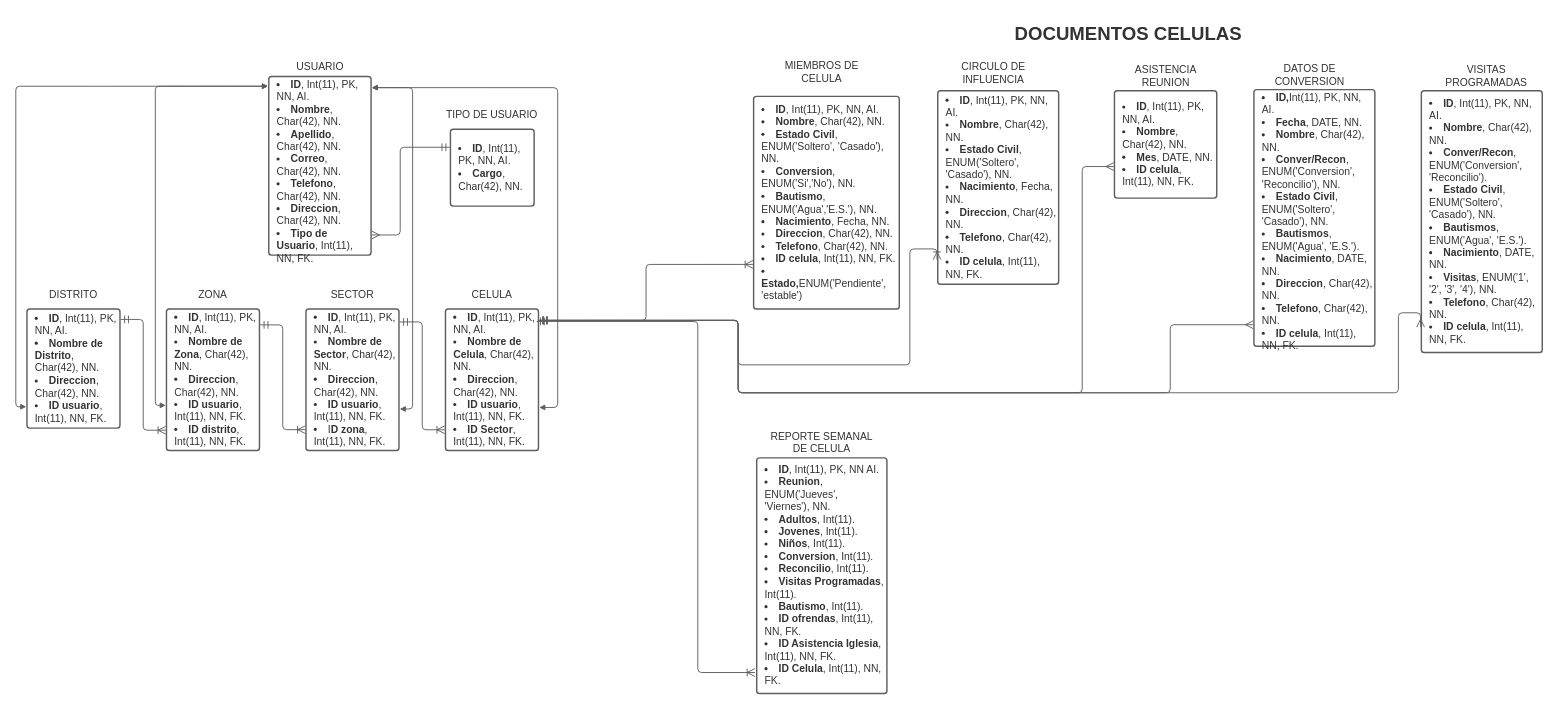
The draw.io diagram page "entidad-relacion" (1 of 2) of Diagrama 1.drawio in KJCarvajal/la-cosecha, before the edit. Source tidied: cells renumbered, new cells numbered last; positions are measured from the earlier drawing's top-left corner, leaving out a move shared by most shapes. Both pictures are drawn from the tidied source at 62%, with x=0, y=0 at pixel (16, 11).
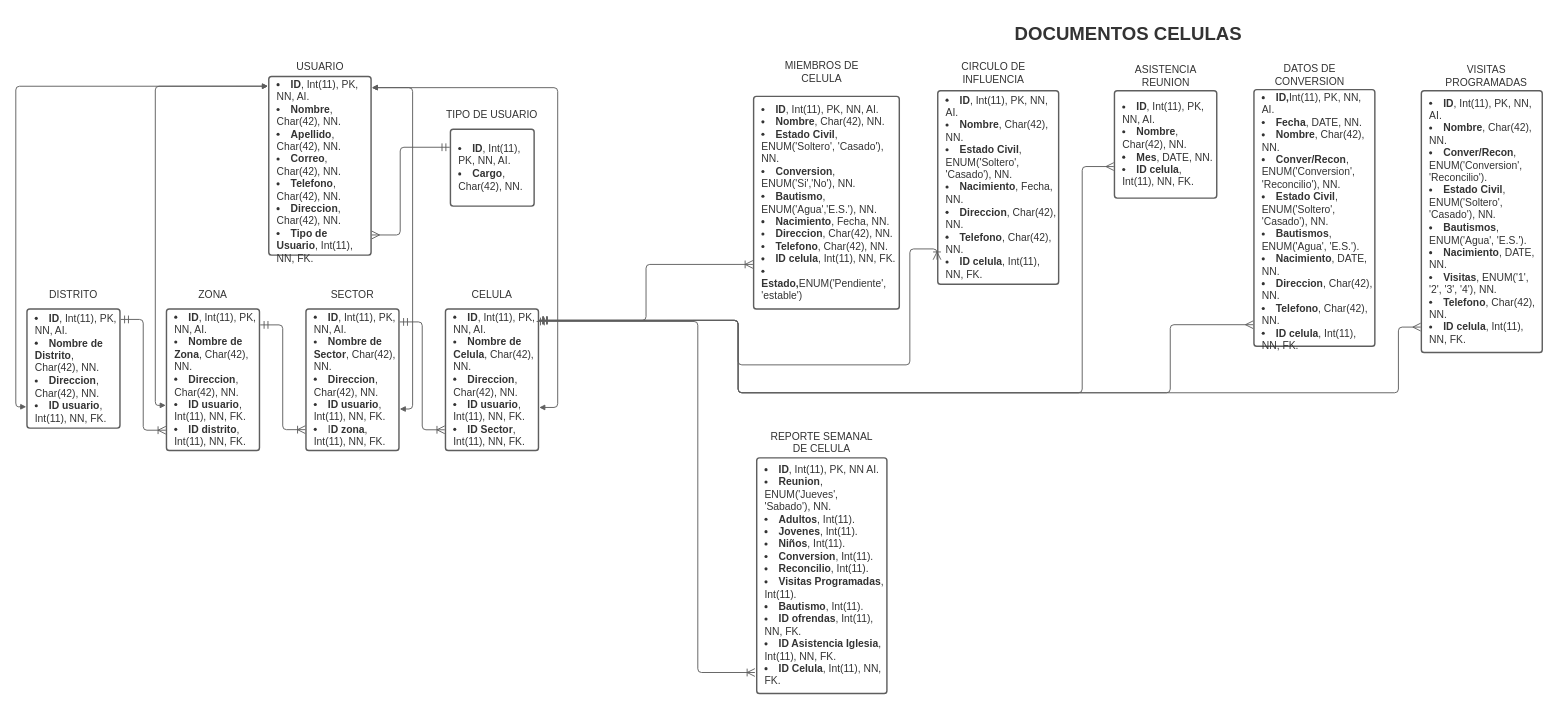
The same diagram, later.

The change refers to these unchanged cells:
```xml
<mxCell id="13" value="&lt;ul style=&quot;margin: 0px; padding-left: 10px;list-style-position: inside; list-style-type:disc&quot;&gt;&lt;li style=&quot;text-align:left;color:#333333;font-size:16.7px;&quot;&gt;&lt;span style=&quot;margin-left: 0px;margin-top: -2px;&quot;&gt;&lt;span style=&quot;font-size:16.7px;color:#333333;font-weight: bold;&quot;&gt;ID&lt;/span&gt;&lt;span style=&quot;font-size:16.7px;color:#333333;&quot;&gt;, Int(11), PK, NN, AI.&lt;/span&gt;&lt;/span&gt;&lt;/li&gt;&lt;li style=&quot;text-align:left;color:#333333;font-size:16.7px;&quot;&gt;&lt;span style=&quot;margin-left: 0px;margin-top: -2px;&quot;&gt;&lt;span style=&quot;font-size:16.7px;color:#333333;&quot;&gt;&lt;span style=&quot;font-size:16.7px;color:#333333;font-weight: bold;&quot;&gt;Nombre de Celula&lt;/span&gt;, Char(42), NN.&lt;/span&gt;&lt;/span&gt;&lt;/li&gt;&lt;li style=&quot;text-align:left;color:#333333;font-size:16.7px;&quot;&gt;&lt;span style=&quot;margin-left: 0px;margin-top: -2px;&quot;&gt;&lt;span style=&quot;font-size:16.7px;color:#333333;&quot;&gt;&lt;span style=&quot;font-size:16.7px;color:#333333;font-weight: bold;&quot;&gt;Direccion&lt;/span&gt;, Char(42), NN.&lt;/span&gt;&lt;/span&gt;&lt;/li&gt;&lt;li style=&quot;text-align:left;color:#333333;font-size:16.7px;&quot;&gt;&lt;span style=&quot;margin-left: 0px;margin-top: -2px;&quot;&gt;&lt;span style=&quot;font-size:16.7px;color:#333333;&quot;&gt;&lt;span style=&quot;font-size:16.7px;color:#333333;font-weight: bold;&quot;&gt;ID usuario&lt;/span&gt;, Int(11), NN, FK.&lt;/span&gt;&lt;/span&gt;&lt;/li&gt;&lt;li style=&quot;text-align:left;color:#333333;font-size:16.7px;&quot;&gt;&lt;span style=&quot;margin-left: 0px;margin-top: -2px;&quot;&gt;&lt;span style=&quot;font-size:16.7px;color:#333333;&quot;&gt;&lt;span style=&quot;font-size:16.7px;color:#333333;font-weight: bold;&quot;&gt;ID Sector&lt;/span&gt;, Int(11), NN, FK.&lt;/span&gt;&lt;/span&gt;&lt;/li&gt;&lt;/ul&gt;" style="html=1;overflow=block;blockSpacing=1;whiteSpace=wrap;fontSize=13;spacing=3.8;strokeColor=#5e5e5e;strokeOpacity=100;rounded=1;absoluteArcSize=1;arcSize=9;strokeWidth=2.3;" parent="1" vertex="1">
  <mxGeometry x="693" y="480" width="150" height="228" as="geometry" />
</mxCell>
<mxCell id="35" value="&lt;ul style=&quot;margin: 0px; padding-left: 10px;list-style-position: inside; list-style-type:disc&quot;&gt;&lt;li style=&quot;text-align:left;color:#333333;font-size:16.7px;&quot;&gt;&lt;span style=&quot;margin-left: 0px;margin-top: -2px;&quot;&gt;&lt;span style=&quot;font-size:16.7px;color:#333333;font-weight: bold;&quot;&gt;ID&lt;/span&gt;&lt;span style=&quot;font-size:16.7px;color:#333333;&quot;&gt;, Int(11), PK, NN, AI.&lt;/span&gt;&lt;/span&gt;&lt;/li&gt;&lt;li style=&quot;text-align:left;color:#333333;font-size:16.7px;&quot;&gt;&lt;span style=&quot;margin-left: 0px;margin-top: -2px;&quot;&gt;&lt;span style=&quot;font-size:16.7px;color:#333333;&quot;&gt;&lt;span style=&quot;font-size:16.7px;color:#333333;font-weight: bold;&quot;&gt;Nombre&lt;/span&gt;, Char(42), NN.&lt;/span&gt;&lt;/span&gt;&lt;/li&gt;&lt;li style=&quot;text-align:left;color:#333333;font-size:16.7px;&quot;&gt;&lt;span style=&quot;margin-left: 0px;margin-top: -2px;&quot;&gt;&lt;span style=&quot;font-size:16.7px;color:#333333;&quot;&gt;&lt;span style=&quot;font-size:16.7px;color:#333333;font-weight: bold;&quot;&gt;Conver/Recon&lt;/span&gt;, ENUM('Conversion', 'Reconcilio').&lt;/span&gt;&lt;/span&gt;&lt;/li&gt;&lt;li style=&quot;text-align:left;color:#333333;font-size:16.7px;&quot;&gt;&lt;span style=&quot;margin-left: 0px;margin-top: -2px;&quot;&gt;&lt;span style=&quot;font-size:16.7px;color:#333333;&quot;&gt;&lt;span style=&quot;font-size:16.7px;color:#333333;font-weight: bold;&quot;&gt;Estado Civil&lt;/span&gt;, ENUM('Soltero', 'Casado'), NN.&lt;/span&gt;&lt;/span&gt;&lt;/li&gt;&lt;li style=&quot;text-align:left;color:#333333;font-size:16.7px;&quot;&gt;&lt;span style=&quot;margin-left: 0px;margin-top: -2px;&quot;&gt;&lt;span style=&quot;font-size:16.7px;color:#333333;&quot;&gt;&lt;span style=&quot;font-size:16.7px;color:#333333;font-weight: bold;&quot;&gt;Bautismos&lt;/span&gt;, ENUM('Agua', 'E.S.').&lt;/span&gt;&lt;/span&gt;&lt;/li&gt;&lt;li style=&quot;text-align:left;color:#333333;font-size:16.7px;&quot;&gt;&lt;span style=&quot;margin-left: 0px;margin-top: -2px;&quot;&gt;&lt;span style=&quot;font-size:16.7px;color:#333333;&quot;&gt;&lt;span style=&quot;font-size:16.7px;color:#333333;font-weight: bold;&quot;&gt;Nacimiento&lt;/span&gt;, DATE, NN.&lt;/span&gt;&lt;/span&gt;&lt;/li&gt;&lt;li style=&quot;text-align:left;color:#333333;font-size:16.7px;&quot;&gt;&lt;span style=&quot;margin-left: 0px;margin-top: -2px;&quot;&gt;&lt;span style=&quot;font-size:16.7px;color:#333333;&quot;&gt;&lt;span style=&quot;font-size:16.7px;color:#333333;font-weight: bold;&quot;&gt;Visitas&lt;/span&gt;, ENUM('1', '2', '3', '4'), NN.&lt;/span&gt;&lt;/span&gt;&lt;/li&gt;&lt;li style=&quot;text-align:left;color:#333333;font-size:16.7px;&quot;&gt;&lt;span style=&quot;margin-left: 0px;margin-top: -2px;&quot;&gt;&lt;span style=&quot;font-size:16.7px;color:#333333;&quot;&gt;&lt;span style=&quot;font-size:16.7px;color:#333333;font-weight: bold;&quot;&gt;Telefono&lt;/span&gt;, Char(42), NN.&lt;/span&gt;&lt;/span&gt;&lt;/li&gt;&lt;li style=&quot;text-align:left;color:#333333;font-size:16.7px;&quot;&gt;&lt;span style=&quot;margin-left: 0px;margin-top: -2px;&quot;&gt;&lt;span style=&quot;font-size:16.7px;color:#333333;&quot;&gt;&lt;span style=&quot;font-size:16.7px;color:#333333;font-weight: bold;&quot;&gt;ID celula&lt;/span&gt;, Int(11), NN, FK.&lt;/span&gt;&lt;/span&gt;&lt;/li&gt;&lt;/ul&gt;" style="html=1;overflow=block;blockSpacing=1;whiteSpace=wrap;fontSize=13;spacing=3.8;strokeColor=#5e5e5e;strokeOpacity=100;rounded=1;absoluteArcSize=1;arcSize=9;strokeWidth=2.3;" parent="1" vertex="1">
  <mxGeometry x="2267" y="128" width="195" height="422" as="geometry" />
</mxCell>
```

The edit, as a diff of the source:
```diff
@@
     <mxCell id="37" style="html=1;jettySize=18;whiteSpace=wrap;overflow=block;blockSpacing=1;fontSize=13;strokeColor=#5E5E5E;strokeWidth=1.5;rounded=1;arcSize=12;edgeStyle=orthogonalEdgeStyle;startArrow=ERmany;startSize=10;endArrow=ERmandOne;endSize=10;exitX=-0.006;exitY=0.903;exitPerimeter=0;entryX=1.008;entryY=0.08;entryPerimeter=0;" parent="1" edge="1" source="35" target="13">
       <mxGeometry relative="1" as="geometry">
         <Array as="points">
-          <mxPoint x="2230" y="486" />
+          <mxPoint x="2230" y="509" />
           <mxPoint x="2230" y="615" />
           <mxPoint x="1165" y="615" />
           <mxPoint x="1165" y="498" />
         </Array>
       </mxGeometry>
     </mxCell>
-    <mxCell id="38" value="&lt;ul style=&quot;margin: 0px ; padding-left: 10px ; list-style-position: inside ; list-style-type: disc&quot;&gt;&lt;li style=&quot;text-align: left ; color: #333333 ; font-size: 16.7px&quot;&gt;&lt;span style=&quot;margin-left: 0px ; margin-top: -2px&quot;&gt;&lt;span style=&quot;font-size: 16.7px ; color: #333333 ; font-weight: bold&quot;&gt;ID&lt;/span&gt;&lt;span style=&quot;font-size: 16.7px ; color: #333333&quot;&gt;, Int(11), PK, NN AI.&lt;/span&gt;&lt;/span&gt;&lt;/li&gt;&lt;li style=&quot;text-align: left ; color: #333333 ; font-size: 16.7px&quot;&gt;&lt;span style=&quot;margin-left: 0px ; margin-top: -2px&quot;&gt;&lt;span style=&quot;font-size: 16.7px ; color: #333333&quot;&gt;&lt;span style=&quot;font-size: 16.7px ; color: #333333 ; font-weight: bold&quot;&gt;Reunion&lt;/span&gt;, ENUM('Jueves', 'Viernes'), NN.&lt;/span&gt;&lt;/span&gt;&lt;/li&gt;&lt;li style=&quot;text-align: left ; color: #333333 ; font-size: 16.7px&quot;&gt;&lt;span style=&quot;margin-left: 0px ; margin-top: -2px&quot;&gt;&lt;span style=&quot;font-size: 16.7px ; color: #333333&quot;&gt;&lt;span style=&quot;font-size: 16.7px ; color: #333333 ; font-weight: bold&quot;&gt;Adultos&lt;/span&gt;, Int(11).&lt;/span&gt;&lt;/span&gt;&lt;/li&gt;&lt;li style=&quot;text-align: left ; color: #333333 ; font-size: 16.7px&quot;&gt;&lt;span style=&quot;margin-left: 0px ; margin-top: -2px&quot;&gt;&lt;span style=&quot;font-size: 16.7px ; color: #333333&quot;&gt;&lt;span style=&quot;font-size: 16.7px ; color: #333333 ; font-weight: bold&quot;&gt;Jovenes&lt;/span&gt;, Int(11).&lt;/span&gt;&lt;/span&gt;&lt;/li&gt;&lt;li style=&quot;text-align: left ; color: #333333 ; font-size: 16.7px&quot;&gt;&lt;span style=&quot;margin-left: 0px ; margin-top: -2px&quot;&gt;&lt;span style=&quot;font-size: 16.7px ; color: #333333&quot;&gt;&lt;span style=&quot;font-size: 16.7px ; color: #333333 ; font-weight: bold&quot;&gt;Niños&lt;/span&gt;, Int(11).&lt;/span&gt;&lt;/span&gt;&lt;/li&gt;&lt;li style=&quot;text-align: left ; color: #333333 ; font-size: 16.7px&quot;&gt;&lt;span style=&quot;margin-left: 0px ; margin-top: -2px&quot;&gt;&lt;span style=&quot;font-size: 16.7px ; color: #333333&quot;&gt;&lt;span style=&quot;font-size: 16.7px ; color: #333333 ; font-weight: bold&quot;&gt;Conversion&lt;/span&gt;, Int(11).&lt;/span&gt;&lt;/span&gt;&lt;/li&gt;&lt;li style=&quot;text-align: left ; color: #333333 ; font-size: 16.7px&quot;&gt;&lt;span style=&quot;margin-left: 0px ; margin-top: -2px&quot;&gt;&lt;span style=&quot;font-size: 16.7px ; color: #333333&quot;&gt;&lt;span style=&quot;font-size: 16.7px ; color: #333333 ; font-weight: bold&quot;&gt;Reconcilio&lt;/span&gt;, Int(11).&lt;/span&gt;&lt;/span&gt;&lt;/li&gt;&lt;li style=&quot;text-align: left ; color: #333333 ; font-size: 16.7px&quot;&gt;&lt;span style=&quot;margin-left: 0px ; margin-top: -2px&quot;&gt;&lt;span style=&quot;font-size: 16.7px ; color: #333333&quot;&gt;&lt;span style=&quot;font-size: 16.7px ; color: #333333 ; font-weight: bold&quot;&gt;Visitas Programadas&lt;/span&gt;, Int(11).&lt;/span&gt;&lt;/span&gt;&lt;/li&gt;&lt;li style=&quot;text-align: left ; color: #333333 ; font-size: 16.7px&quot;&gt;&lt;span style=&quot;margin-left: 0px ; margin-top: -2px&quot;&gt;&lt;span style=&quot;font-size: 16.7px ; color: #333333&quot;&gt;&lt;span style=&quot;font-size: 16.7px ; color: #333333 ; font-weight: bold&quot;&gt;Bautismo&lt;/span&gt;, Int(11).&lt;/span&gt;&lt;/span&gt;&lt;/li&gt;&lt;li style=&quot;text-align: left ; color: #333333 ; font-size: 16.7px&quot;&gt;&lt;span style=&quot;margin-left: 0px ; margin-top: -2px&quot;&gt;&lt;span style=&quot;font-size: 16.7px ; color: #333333&quot;&gt;&lt;span style=&quot;font-size: 16.7px ; color: #333333 ; font-weight: bold&quot;&gt;ID ofrendas&lt;/span&gt;, Int(11), NN, FK.&lt;/span&gt;&lt;/span&gt;&lt;/li&gt;&lt;li style=&quot;text-align: left ; color: #333333 ; font-size: 16.7px&quot;&gt;&lt;span style=&quot;margin-left: 0px ; margin-top: -2px&quot;&gt;&lt;span style=&quot;font-size: 16.7px ; color: #333333&quot;&gt;&lt;span style=&quot;font-size: 16.7px ; color: #333333 ; font-weight: bold&quot;&gt;ID Asistencia Iglesia&lt;/span&gt;, Int(11), NN, FK.&lt;/span&gt;&lt;/span&gt;&lt;/li&gt;&lt;li style=&quot;text-align: left ; color: #333333 ; font-size: 16.7px&quot;&gt;&lt;span style=&quot;margin-left: 0px ; margin-top: -2px&quot;&gt;&lt;span style=&quot;font-size: 16.7px ; color: #333333&quot;&gt;&lt;b&gt;ID Celula&lt;/b&gt;, Int(11), NN, FK.&lt;br&gt;&lt;/span&gt;&lt;/span&gt;&lt;/li&gt;&lt;/ul&gt;" style="html=1;overflow=block;blockSpacing=1;whiteSpace=wrap;fontSize=13;spacing=3.8;strokeColor=#5e5e5e;strokeOpacity=100;rounded=1;absoluteArcSize=1;arcSize=9;strokeWidth=2.3;" parent="1" vertex="1">
+    <mxCell id="38" value="&lt;ul style=&quot;margin: 0px ; padding-left: 10px ; list-style-position: inside ; list-style-type: disc&quot;&gt;&lt;li style=&quot;text-align: left ; color: #333333 ; font-size: 16.7px&quot;&gt;&lt;span style=&quot;margin-left: 0px ; margin-top: -2px&quot;&gt;&lt;span style=&quot;font-size: 16.7px ; color: #333333 ; font-weight: bold&quot;&gt;ID&lt;/span&gt;&lt;span style=&quot;font-size: 16.7px ; color: #333333&quot;&gt;, Int(11), PK, NN AI.&lt;/span&gt;&lt;/span&gt;&lt;/li&gt;&lt;li style=&quot;text-align: left ; color: #333333 ; font-size: 16.7px&quot;&gt;&lt;span style=&quot;margin-left: 0px ; margin-top: -2px&quot;&gt;&lt;span style=&quot;font-size: 16.7px ; color: #333333&quot;&gt;&lt;span style=&quot;font-size: 16.7px ; color: #333333 ; font-weight: bold&quot;&gt;Reunion&lt;/span&gt;, ENUM('Jueves', 'Sabado'), NN.&lt;/span&gt;&lt;/span&gt;&lt;/li&gt;&lt;li style=&quot;text-align: left ; color: #333333 ; font-size: 16.7px&quot;&gt;&lt;span style=&quot;margin-left: 0px ; margin-top: -2px&quot;&gt;&lt;span style=&quot;font-size: 16.7px ; color: #333333&quot;&gt;&lt;span style=&quot;font-size: 16.7px ; color: #333333 ; font-weight: bold&quot;&gt;Adultos&lt;/span&gt;, Int(11).&lt;/span&gt;&lt;/span&gt;&lt;/li&gt;&lt;li style=&quot;text-align: left ; color: #333333 ; font-size: 16.7px&quot;&gt;&lt;span style=&quot;margin-left: 0px ; margin-top: -2px&quot;&gt;&lt;span style=&quot;font-size: 16.7px ; color: #333333&quot;&gt;&lt;span style=&quot;font-size: 16.7px ; color: #333333 ; font-weight: bold&quot;&gt;Jovenes&lt;/span&gt;, Int(11).&lt;/span&gt;&lt;/span&gt;&lt;/li&gt;&lt;li style=&quot;text-align: left ; color: #333333 ; font-size: 16.7px&quot;&gt;&lt;span style=&quot;margin-left: 0px ; margin-top: -2px&quot;&gt;&lt;span style=&quot;font-size: 16.7px ; color: #333333&quot;&gt;&lt;span style=&quot;font-size: 16.7px ; color: #333333 ; font-weight: bold&quot;&gt;Niños&lt;/span&gt;, Int(11).&lt;/span&gt;&lt;/span&gt;&lt;/li&gt;&lt;li style=&quot;text-align: left ; color: #333333 ; font-size: 16.7px&quot;&gt;&lt;span style=&quot;margin-left: 0px ; margin-top: -2px&quot;&gt;&lt;span style=&quot;font-size: 16.7px ; color: #333333&quot;&gt;&lt;span style=&quot;font-size: 16.7px ; color: #333333 ; font-weight: bold&quot;&gt;Conversion&lt;/span&gt;, Int(11).&lt;/span&gt;&lt;/span&gt;&lt;/li&gt;&lt;li style=&quot;text-align: left ; color: #333333 ; font-size: 16.7px&quot;&gt;&lt;span style=&quot;margin-left: 0px ; margin-top: -2px&quot;&gt;&lt;span style=&quot;font-size: 16.7px ; color: #333333&quot;&gt;&lt;span style=&quot;font-size: 16.7px ; color: #333333 ; font-weight: bold&quot;&gt;Reconcilio&lt;/span&gt;, Int(11).&lt;/span&gt;&lt;/span&gt;&lt;/li&gt;&lt;li style=&quot;text-align: left ; color: #333333 ; font-size: 16.7px&quot;&gt;&lt;span style=&quot;margin-left: 0px ; margin-top: -2px&quot;&gt;&lt;span style=&quot;font-size: 16.7px ; color: #333333&quot;&gt;&lt;span style=&quot;font-size: 16.7px ; color: #333333 ; font-weight: bold&quot;&gt;Visitas Programadas&lt;/span&gt;, Int(11).&lt;/span&gt;&lt;/span&gt;&lt;/li&gt;&lt;li style=&quot;text-align: left ; color: #333333 ; font-size: 16.7px&quot;&gt;&lt;span style=&quot;margin-left: 0px ; margin-top: -2px&quot;&gt;&lt;span style=&quot;font-size: 16.7px ; color: #333333&quot;&gt;&lt;span style=&quot;font-size: 16.7px ; color: #333333 ; font-weight: bold&quot;&gt;Bautismo&lt;/span&gt;, Int(11).&lt;/span&gt;&lt;/span&gt;&lt;/li&gt;&lt;li style=&quot;text-align: left ; color: #333333 ; font-size: 16.7px&quot;&gt;&lt;span style=&quot;margin-left: 0px ; margin-top: -2px&quot;&gt;&lt;span style=&quot;font-size: 16.7px ; color: #333333&quot;&gt;&lt;span style=&quot;font-size: 16.7px ; color: #333333 ; font-weight: bold&quot;&gt;ID ofrendas&lt;/span&gt;, Int(11), NN, FK.&lt;/span&gt;&lt;/span&gt;&lt;/li&gt;&lt;li style=&quot;text-align: left ; color: #333333 ; font-size: 16.7px&quot;&gt;&lt;span style=&quot;margin-left: 0px ; margin-top: -2px&quot;&gt;&lt;span style=&quot;font-size: 16.7px ; color: #333333&quot;&gt;&lt;span style=&quot;font-size: 16.7px ; color: #333333 ; font-weight: bold&quot;&gt;ID Asistencia Iglesia&lt;/span&gt;, Int(11), NN, FK.&lt;/span&gt;&lt;/span&gt;&lt;/li&gt;&lt;li style=&quot;text-align: left ; color: #333333 ; font-size: 16.7px&quot;&gt;&lt;span style=&quot;margin-left: 0px ; margin-top: -2px&quot;&gt;&lt;span style=&quot;font-size: 16.7px ; color: #333333&quot;&gt;&lt;b&gt;ID Celula&lt;/b&gt;, Int(11), NN, FK.&lt;br&gt;&lt;/span&gt;&lt;/span&gt;&lt;/li&gt;&lt;/ul&gt;" style="html=1;overflow=block;blockSpacing=1;whiteSpace=wrap;fontSize=13;spacing=3.8;strokeColor=#5e5e5e;strokeOpacity=100;rounded=1;absoluteArcSize=1;arcSize=9;strokeWidth=2.3;" parent="1" vertex="1">
       <mxGeometry x="1195" y="720" width="210" height="380" as="geometry" />
     </mxCell>
```
